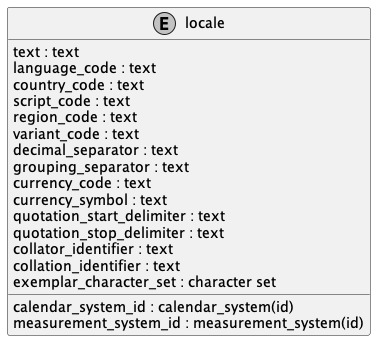
This is doc/concepts/locale/uml.png from contactopensource/contactopensource, a PlantUML export, as it was before one commit. Its diagram source:
```plantuml
@startuml uml
skinparam monochrome true

entity locale {
  text : text
  language_code : text
  country_code : text
  script_code : text
  region_code : text
  variant_code : text
  decimal_separator : text
  grouping_separator : text
  currency_code : text
  currency_symbol : text
  quotation_start_delimiter : text
  quotation_stop_delimiter : text
  collator_identifier : text
  collation_identifier : text
  calendar_system_id : calendar_system(id)
  measurement_system_id : measurement_system(id)
  exemplar_character_set : character set
}

@enduml
```
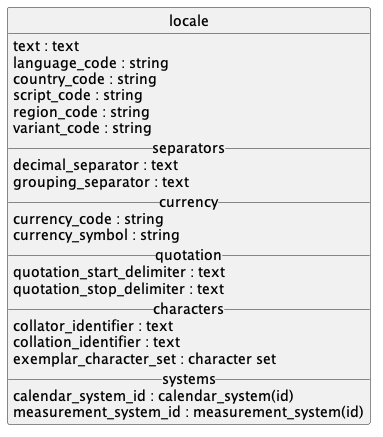
Later version of the same file.

Change to the diagram source:
```diff
@@ -1,24 +1,31 @@
 @startuml uml
 skinparam monochrome true
+skinparam linetype ortho
+hide circle
 
 entity locale {
   text : text
-  language_code : text
-  country_code : text
-  script_code : text
-  region_code : text
-  variant_code : text
+  language_code : string
+  country_code : string
+  script_code : string
+  region_code : string
+  variant_code : string
+  __separators__
   decimal_separator : text
   grouping_separator : text
-  currency_code : text
-  currency_symbol : text
+  __currency__
+  currency_code : string
+  currency_symbol : string
+  __quotation__
   quotation_start_delimiter : text
   quotation_stop_delimiter : text
+  __characters__
   collator_identifier : text
   collation_identifier : text
+  exemplar_character_set : character set
+  __systems__
   calendar_system_id : calendar_system(id)
   measurement_system_id : measurement_system(id)
-  exemplar_character_set : character set
 }
 
 @enduml
```
